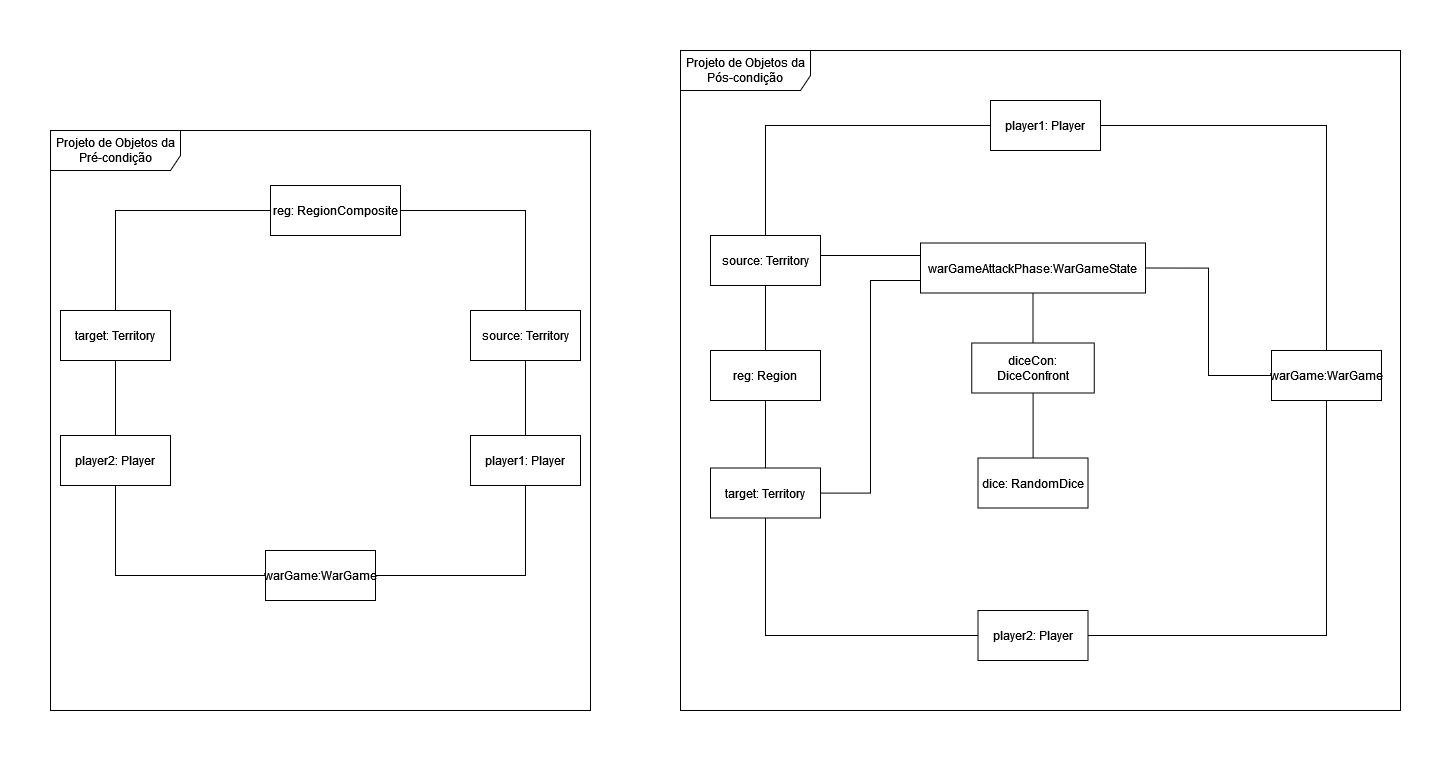
This is object-project.png from Gil32610/operation-contract-territory-confront, a draw.io export, as it was before one commit. Source tidied: cells renumbered, new cells last; positions are measured from the earlier drawing's top-left corner, leaving out a move shared by most shapes.
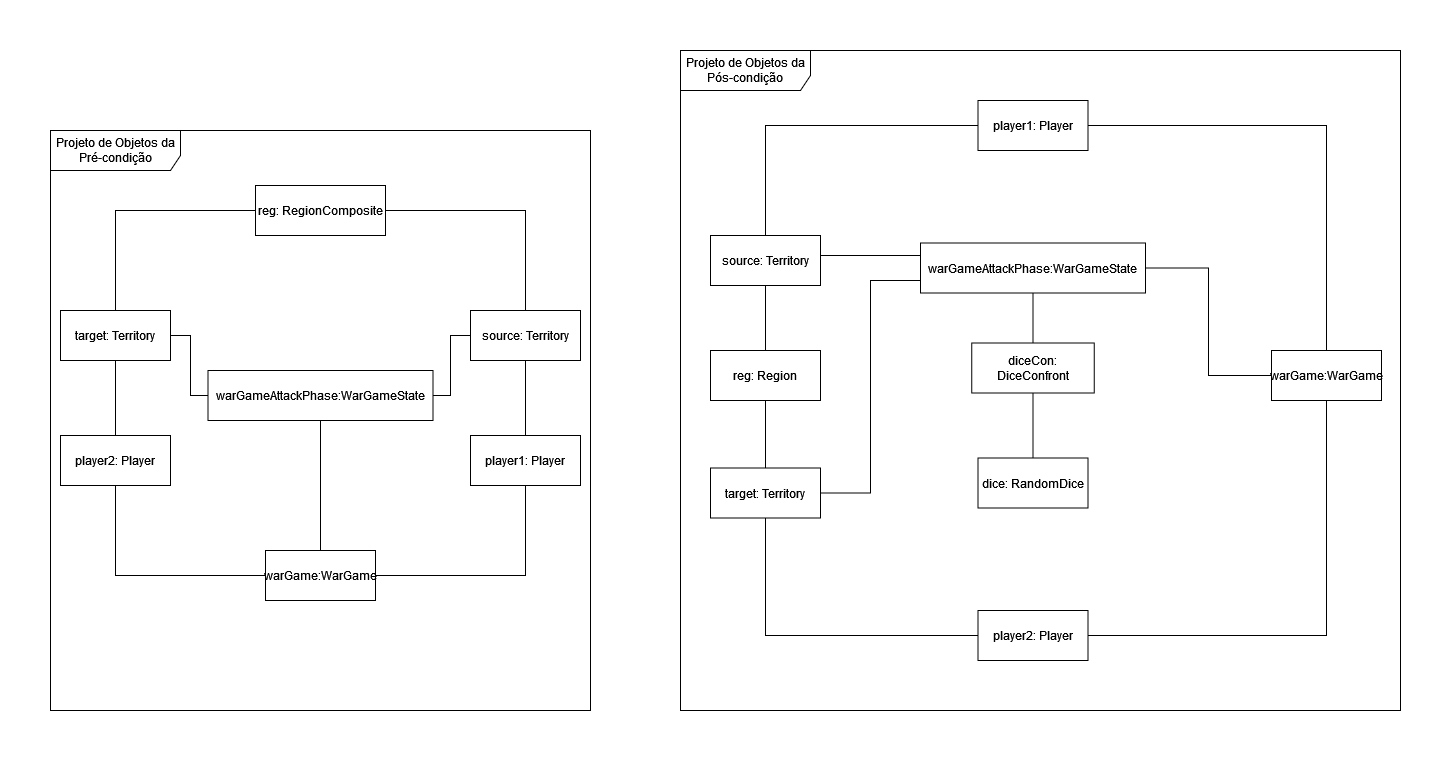
Later version of the same file.

Commit message:
changes to diagram of pre cond

What changed in the source:
```diff
@@ -36,7 +36,7 @@
       <mxGeometry relative="1" as="geometry" />
     </mxCell>
     <mxCell id="13" value="reg: RegionComposite" style="html=1;whiteSpace=wrap;" parent="1" vertex="1">
-      <mxGeometry x="220" y="135" width="130" height="50" as="geometry" />
+      <mxGeometry x="205" y="135" width="130" height="50" as="geometry" />
     </mxCell>
     <mxCell id="14" value="&lt;div&gt;Projeto de Objetos da Pré-condição&lt;/div&gt;" style="shape=umlFrame;whiteSpace=wrap;html=1;width=130;height=40;" parent="1" vertex="1">
       <mxGeometry y="80" width="540" height="580" as="geometry" />
@@ -60,7 +60,7 @@
       <mxGeometry relative="1" as="geometry" />
     </mxCell>
     <mxCell id="21" value="player1: Player" style="html=1;whiteSpace=wrap;" parent="1" vertex="1">
-      <mxGeometry x="940" y="50" width="110" height="50" as="geometry" />
+      <mxGeometry x="927.5" y="50" width="110" height="50" as="geometry" />
     </mxCell>
     <mxCell id="22" style="edgeStyle=orthogonalEdgeStyle;rounded=0;jettySize=auto;html=1;entryX=0;entryY=0.25;entryDx=0;entryDy=0;exitX=1;exitY=0.25;exitDx=0;exitDy=0;endArrow=none;endFill=0;" parent="1" edge="1" source="23" target="35">
       <mxGeometry relative="1" as="geometry">
@@ -108,5 +108,27 @@
     <mxCell id="35" value="warGameAttackPhase:WarGameState" style="html=1;whiteSpace=wrap;" parent="1" vertex="1">
       <mxGeometry x="870" y="192.5" width="225" height="50" as="geometry" />
     </mxCell>
+    <mxCell id="36" style="edgeStyle=orthogonalEdgeStyle;rounded=0;jettySize=auto;html=1;entryX=1;entryY=0.5;entryDx=0;entryDy=0;endArrow=none;endFill=0;" parent="1" edge="1" source="39" target="11">
+      <mxGeometry relative="1" as="geometry">
+        <Array as="points">
+          <mxPoint x="140" y="345" />
+          <mxPoint x="140" y="285" />
+        </Array>
+      </mxGeometry>
+    </mxCell>
+    <mxCell id="37" style="edgeStyle=orthogonalEdgeStyle;rounded=0;jettySize=auto;html=1;entryX=0;entryY=0.5;entryDx=0;entryDy=0;endArrow=none;endFill=0;" parent="1" edge="1" source="39" target="8">
+      <mxGeometry relative="1" as="geometry">
+        <Array as="points">
+          <mxPoint x="400" y="345" />
+          <mxPoint x="400" y="285" />
+        </Array>
+      </mxGeometry>
+    </mxCell>
+    <mxCell id="38" style="edgeStyle=orthogonalEdgeStyle;rounded=0;jettySize=auto;html=1;entryX=0.5;entryY=0;entryDx=0;entryDy=0;endArrow=none;endFill=0;" parent="1" edge="1" source="39" target="3">
+      <mxGeometry relative="1" as="geometry" />
+    </mxCell>
+    <mxCell id="39" value="warGameAttackPhase:WarGameState" style="html=1;whiteSpace=wrap;" parent="1" vertex="1">
+      <mxGeometry x="157.5" y="320" width="225" height="50" as="geometry" />
+    </mxCell>
   </root>
 </mxGraphModel>
```
